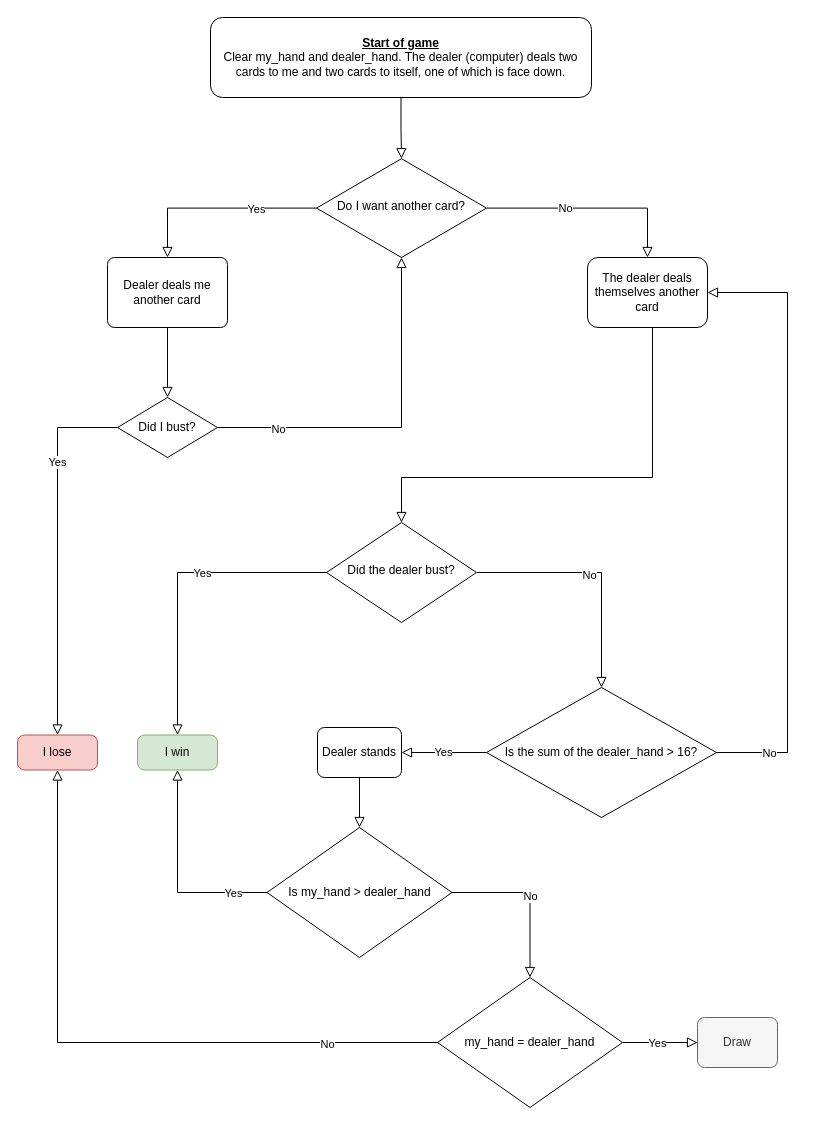
Above: blackjack.drawio in curtisolinger/blackjack (draw.io), before the change. Source tidied: cells renumbered, new cells numbered last; positions are measured from the earlier drawing's top-left corner, leaving out a move shared by most shapes. Both pictures are drawn from the tidied source at 100%, with x=0, y=0 at pixel (17, 17).
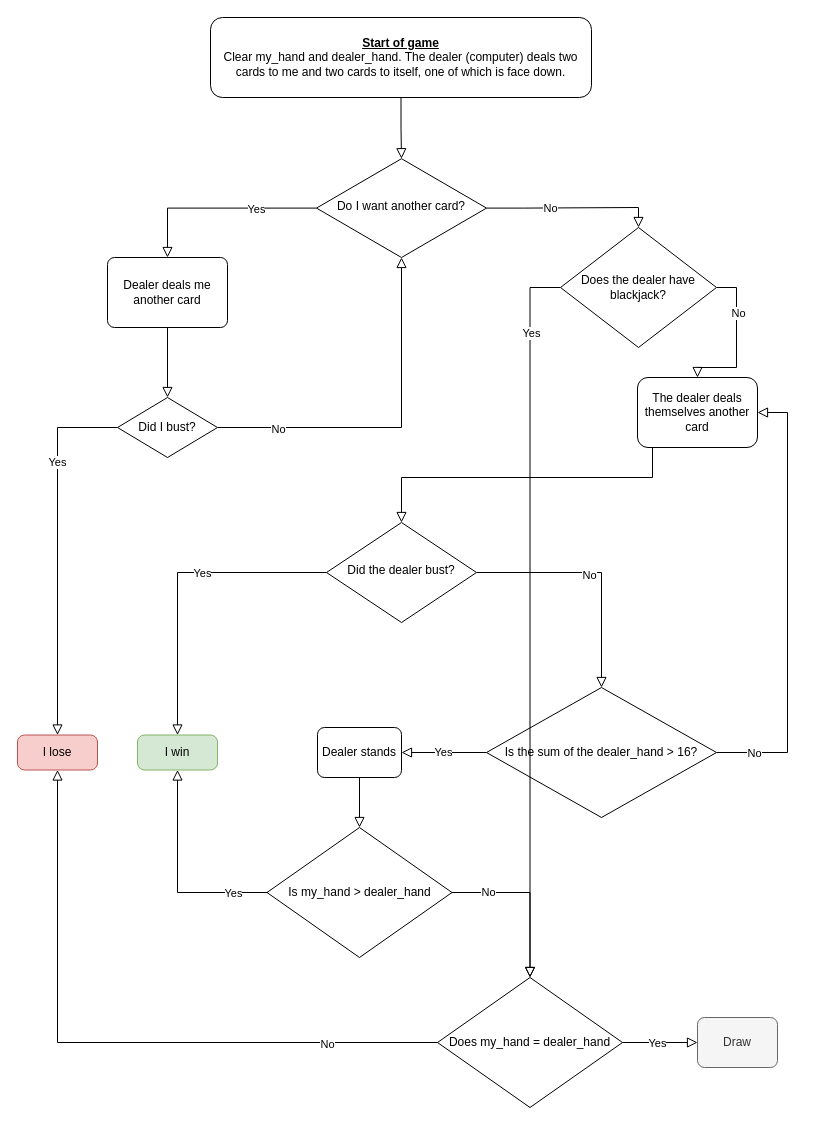
Above is the later version.

Unchanged cells that the change refers to:
```xml
<mxCell id="15" value="Is the sum of the dealer_hand &amp;gt; 16?" style="strokeWidth=1;html=1;shape=mxgraph.flowchart.decision;whiteSpace=wrap;" parent="1" vertex="1">
  <mxGeometry x="469" y="670" width="230" height="130" as="geometry" />
</mxCell>
<mxCell id="21" value="Is my_hand &amp;gt; dealer_hand" style="strokeWidth=1;html=1;shape=mxgraph.flowchart.decision;whiteSpace=wrap;" parent="1" vertex="1">
  <mxGeometry x="249.5" y="810" width="185" height="130" as="geometry" />
</mxCell>
<mxCell id="38" value="Do I want another card?" style="rhombus;whiteSpace=wrap;html=1;shadow=0;fontFamily=Helvetica;fontSize=12;align=center;strokeWidth=1;spacing=6;spacingTop=-4;" parent="1" vertex="1">
  <mxGeometry x="299" y="141.2" width="170" height="98.8" as="geometry" />
</mxCell>
```

What changed in the source:
```diff
@@
     <mxCell id="5" value="The dealer deals themselves another card " style="rounded=1;whiteSpace=wrap;html=1;fontSize=12;glass=0;strokeWidth=1;shadow=0;" parent="1" vertex="1">
-      <mxGeometry x="570" y="240" width="120" height="70" as="geometry" />
+      <mxGeometry x="620" y="360" width="120" height="70" as="geometry" />
     </mxCell>
@@
     <mxCell id="13" style="edgeStyle=orthogonalEdgeStyle;rounded=0;jettySize=auto;html=1;exitX=1;exitY=0.5;exitDx=0;exitDy=0;exitPerimeter=0;entryX=1;entryY=0.5;entryDx=0;entryDy=0;endArrow=block;endFill=0;endSize=8;" parent="1" edge="1" source="15" target="5">
       <mxGeometry relative="1" as="geometry">
         <Array as="points">
           <mxPoint x="770" y="735" />
-          <mxPoint x="770" y="275" />
+          <mxPoint x="770" y="395" />
         </Array>
       </mxGeometry>
     </mxCell>
@@
     <mxCell id="20" value="No" style="edgeStyle=orthogonalEdgeStyle;rounded=0;jettySize=auto;html=1;exitX=1;exitY=0.5;exitDx=0;exitDy=0;exitPerimeter=0;entryX=0.5;entryY=0;entryDx=0;entryDy=0;entryPerimeter=0;endArrow=block;endFill=0;endSize=8;" parent="1" edge="1" source="21" target="26">
-      <mxGeometry relative="1" as="geometry" />
+      <mxGeometry x="-0.56" relative="1" as="geometry" />
     </mxCell>
@@
-    <mxCell id="26" value="my_hand = dealer_hand" style="strokeWidth=1;html=1;shape=mxgraph.flowchart.decision;whiteSpace=wrap;" parent="1" vertex="1">
+    <mxCell id="26" value="Does my_hand = dealer_hand" style="strokeWidth=1;html=1;shape=mxgraph.flowchart.decision;whiteSpace=wrap;" parent="1" vertex="1">
       <mxGeometry x="420" y="960" width="185" height="130" as="geometry" />
     </mxCell>
@@
-    <mxCell id="36" style="edgeStyle=orthogonalEdgeStyle;rounded=0;jettySize=auto;html=1;exitX=1;exitY=0.5;exitDx=0;exitDy=0;entryX=0.5;entryY=0;entryDx=0;entryDy=0;endArrow=block;endFill=0;endSize=8;" parent="1" edge="1" source="38" target="5">
+    <mxCell id="36" style="edgeStyle=orthogonalEdgeStyle;rounded=0;jettySize=auto;html=1;exitX=1;exitY=0.5;exitDx=0;exitDy=0;endArrow=block;endFill=0;endSize=8;entryX=0.5;entryY=0;entryDx=0;entryDy=0;" parent="1" edge="1" source="38" target="45">
       <mxGeometry relative="1" as="geometry" />
     </mxCell>
@@
+    <mxCell id="41" style="edgeStyle=orthogonalEdgeStyle;rounded=0;jettySize=auto;html=1;exitX=1;exitY=0.5;exitDx=0;exitDy=0;entryX=0.5;entryY=0;entryDx=0;entryDy=0;endArrow=block;endFill=0;endSize=8;" parent="1" edge="1" source="45" target="5">
+      <mxGeometry relative="1" as="geometry" />
+    </mxCell>
+    <mxCell id="42" value="No" style="edgeLabel;html=1;align=center;verticalAlign=middle;" parent="41" vertex="1">
+      <mxGeometry x="-0.4" y="1" relative="1" as="geometry" />
+    </mxCell>
+    <mxCell id="43" style="edgeStyle=orthogonalEdgeStyle;rounded=0;jettySize=auto;html=1;exitX=0;exitY=0.5;exitDx=0;exitDy=0;entryX=0.5;entryY=0;entryDx=0;entryDy=0;entryPerimeter=0;endArrow=block;endFill=0;endSize=8;" parent="1" edge="1" source="45" target="26">
+      <mxGeometry relative="1" as="geometry" />
+    </mxCell>
+    <mxCell id="44" value="Yes" style="edgeLabel;html=1;align=center;verticalAlign=middle;" parent="43" vertex="1">
+      <mxGeometry x="-0.79" y="1" relative="1" as="geometry" />
+    </mxCell>
+    <mxCell id="45" value="Does the dealer have blackjack?" style="rhombus;whiteSpace=wrap;html=1;strokeWidth=1;" parent="1" vertex="1">
+      <mxGeometry x="543" y="210" width="156" height="120" as="geometry" />
+    </mxCell>
```
